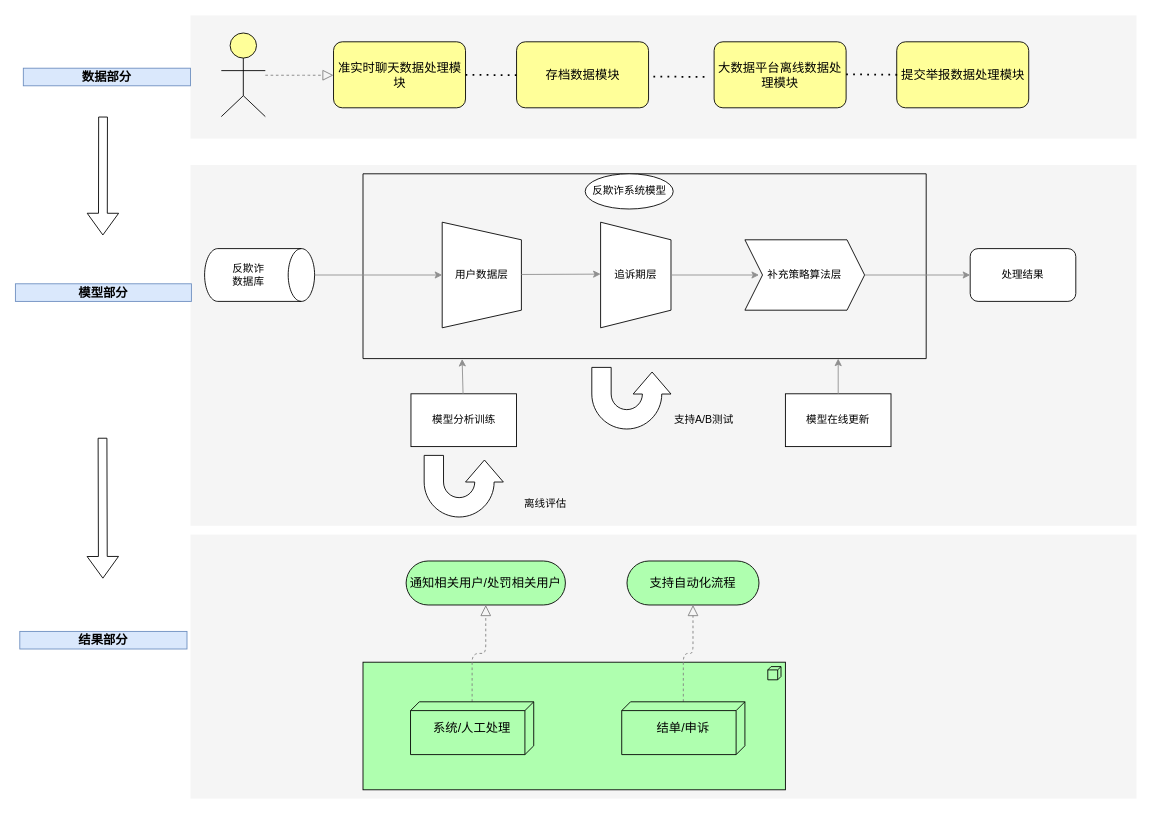
Earlier version of the draw.io diagram Untitled Diagram.drawio (startarhwa/2019double11). Source tidied: cells renumbered, new cells numbered last; positions are measured from the earlier drawing's top-left corner, leaving out a move shared by most shapes. Both pictures are drawn from the tidied source at 88%, with x=0, y=0 at pixel (15, 15).
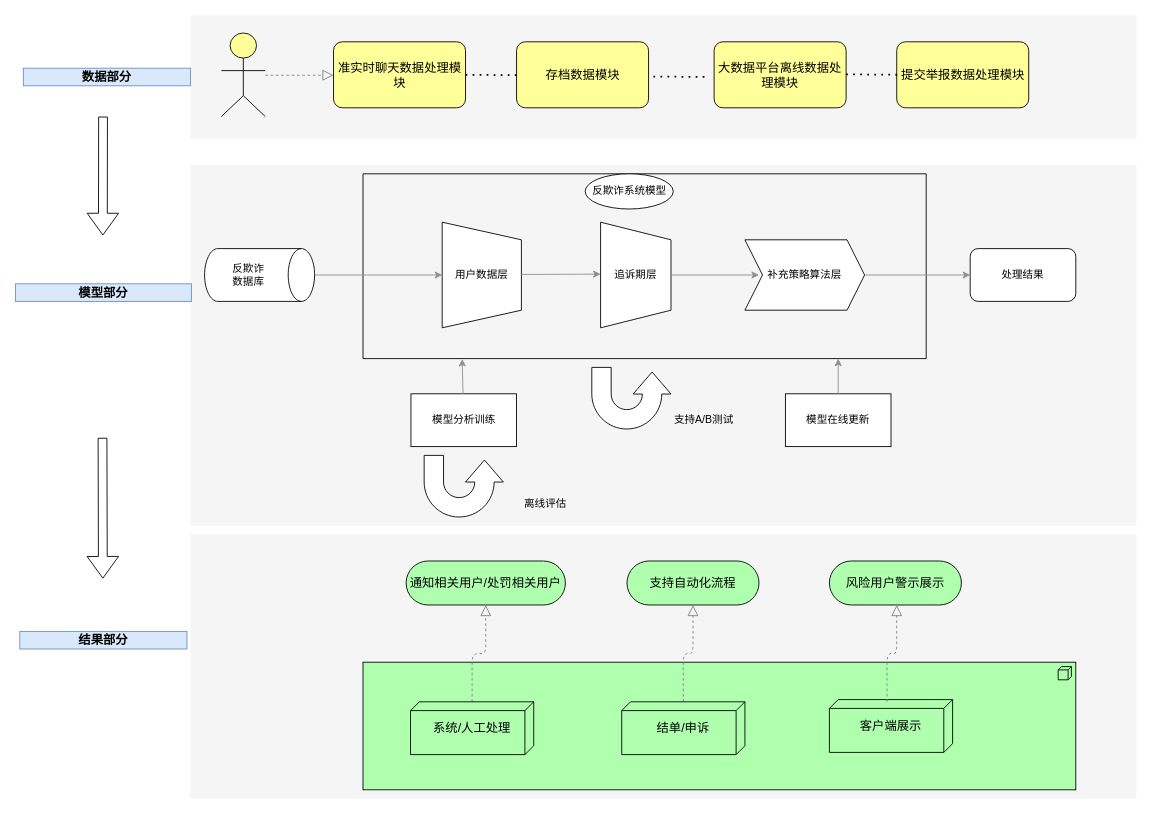
The same diagram, later.

What changed in the source:
```diff
@@
     <mxCell id="5" style="html=1;whiteSpace=wrap;fillColor=#AFFFAF;shape=mxgraph.archimate3.application;appType=node;archiType=square;fontSize=14;verticalAlign=top;" parent="1" vertex="1">
-      <mxGeometry x="395" y="735" width="480" height="145" as="geometry" />
+      <mxGeometry x="395" y="735" width="810" height="145" as="geometry" />
     </mxCell>
@@
+    <mxCell id="45" value="客户端展示" style="html=1;whiteSpace=wrap;fillColor=#AFFFAF;shape=mxgraph.archimate3.tech;techType=;fontSize=14;" parent="1" vertex="1">
+      <mxGeometry x="925" y="777.5" width="140" height="60" as="geometry" />
+    </mxCell>
+    <mxCell id="46" value="风险用户警示展示" style="html=1;whiteSpace=wrap;fillColor=#AFFFAF;shape=mxgraph.archimate3.service;fontSize=14;" parent="1" vertex="1">
+      <mxGeometry x="925" y="620" width="150" height="50" as="geometry" />
+    </mxCell>
+    <mxCell id="47" style="edgeStyle=elbowEdgeStyle;rounded=1;elbow=vertical;html=1;startSize=10;endArrow=block;endFill=0;endSize=10;jettySize=auto;orthogonalLoop=1;strokeColor=#808080;fontSize=14;dashed=1;" parent="1" edge="1">
+      <mxGeometry relative="1" as="geometry">
+        <mxPoint x="990.5" y="780" as="sourcePoint" />
+        <mxPoint x="1001.5" y="670" as="targetPoint" />
+      </mxGeometry>
+    </mxCell>
```
